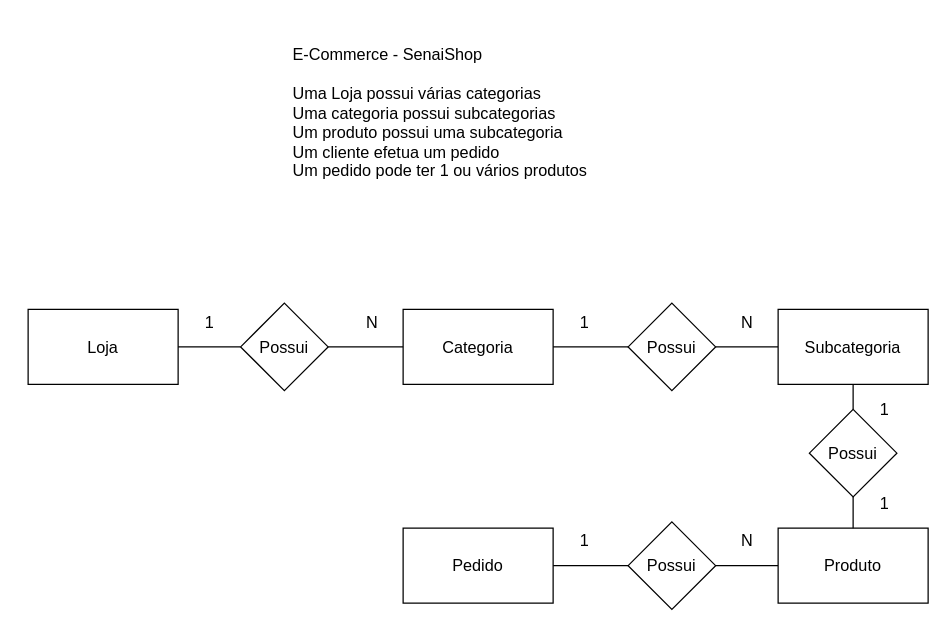
Above: Exercios-MER/1.5-ecommerce/1.5-exercicio-ecommerce.drawio in MarceloAC04/Banco-de-dados (draw.io), before the change. Source tidied: cells renumbered, new cells numbered last; positions are measured from the earlier drawing's top-left corner, leaving out a move shared by most shapes. Both pictures are drawn from the tidied source at 125%, with x=0, y=0 at pixel (28, 38).
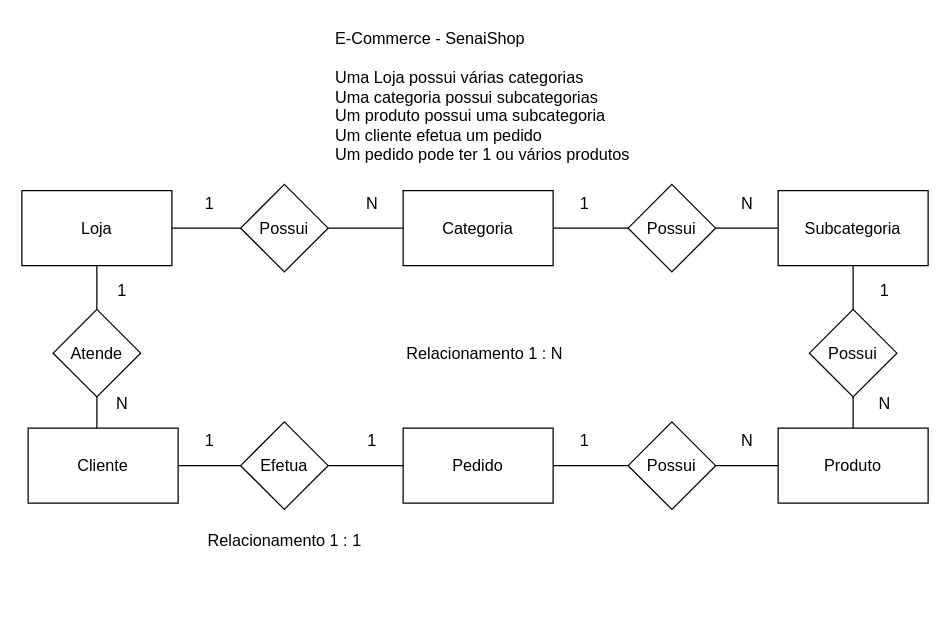
The same diagram, later.

The edit, as a diff of the source:
```diff
@@
     <mxCell id="2" value="&lt;font style=&quot;font-size: 13px;&quot;&gt;Loja&lt;/font&gt;" style="rounded=0;whiteSpace=wrap;html=1;" parent="1" vertex="1">
-      <mxGeometry y="217" width="120" height="60" as="geometry" />
+      <mxGeometry x="-5" y="122" width="120" height="60" as="geometry" />
     </mxCell>
     <mxCell id="3" value="&lt;div style=&quot;font-size: 13px;&quot;&gt;&lt;font style=&quot;font-size: 13px;&quot;&gt;E-Commerce - SenaiShop&lt;/font&gt;&lt;/div&gt;&lt;div style=&quot;font-size: 13px;&quot;&gt;&lt;font style=&quot;font-size: 13px;&quot;&gt;&lt;br&gt;&lt;/font&gt;&lt;/div&gt;&lt;div style=&quot;font-size: 13px;&quot;&gt;&lt;font style=&quot;font-size: 13px;&quot;&gt;Uma Loja possui várias categorias&lt;/font&gt;&lt;/div&gt;&lt;div style=&quot;font-size: 13px;&quot;&gt;&lt;font style=&quot;font-size: 13px;&quot;&gt;Uma categoria possui subcategorias&lt;/font&gt;&lt;/div&gt;&lt;div style=&quot;font-size: 13px;&quot;&gt;&lt;font style=&quot;font-size: 13px;&quot;&gt;Um produto possui uma subcategoria&lt;/font&gt;&lt;/div&gt;&lt;div style=&quot;font-size: 13px;&quot;&gt;&lt;font style=&quot;font-size: 13px;&quot;&gt;Um cliente efetua um pedido&lt;/font&gt;&lt;/div&gt;&lt;div style=&quot;font-size: 13px;&quot;&gt;&lt;font style=&quot;font-size: 13px;&quot;&gt;Um pedido pode ter 1 ou vários produtos&lt;/font&gt;&lt;/div&gt;" style="text;html=1;align=left;verticalAlign=middle;strokeColor=none;fillColor=none;" parent="1" vertex="1">
-      <mxGeometry x="210" width="260" height="120" as="geometry" />
+      <mxGeometry x="244" y="-13" width="260" height="120" as="geometry" />
     </mxCell>
     <mxCell id="4" value="&lt;font style=&quot;font-size: 13px;&quot;&gt;Categoria&lt;/font&gt;" style="rounded=0;whiteSpace=wrap;html=1;" parent="1" vertex="1">
-      <mxGeometry x="300" y="217" width="120" height="60" as="geometry" />
+      <mxGeometry x="300" y="122" width="120" height="60" as="geometry" />
     </mxCell>
@@
     <mxCell id="6" value="&lt;font style=&quot;font-size: 13px;&quot;&gt;Subcategoria&lt;/font&gt;" style="rounded=0;whiteSpace=wrap;html=1;" parent="1" vertex="1">
-      <mxGeometry x="600" y="217" width="120" height="60" as="geometry" />
+      <mxGeometry x="600" y="122" width="120" height="60" as="geometry" />
     </mxCell>
@@
     <mxCell id="8" value="&lt;font style=&quot;font-size: 13px;&quot;&gt;Produto&lt;/font&gt;" style="rounded=0;whiteSpace=wrap;html=1;" parent="1" vertex="1">
-      <mxGeometry x="600" y="392" width="120" height="60" as="geometry" />
+      <mxGeometry x="600" y="312" width="120" height="60" as="geometry" />
     </mxCell>
     <mxCell id="9" value="&lt;font style=&quot;font-size: 13px;&quot;&gt;Pedido&lt;/font&gt;" style="rounded=0;whiteSpace=wrap;html=1;" parent="1" vertex="1">
-      <mxGeometry x="300" y="392" width="120" height="60" as="geometry" />
+      <mxGeometry x="300" y="312" width="120" height="60" as="geometry" />
     </mxCell>
@@
     <mxCell id="12" value="&lt;font style=&quot;font-size: 13px;&quot;&gt;Possui&lt;/font&gt;" style="rhombus;whiteSpace=wrap;html=1;" parent="1" vertex="1">
-      <mxGeometry x="170" y="212" width="70" height="70" as="geometry" />
+      <mxGeometry x="170" y="117" width="70" height="70" as="geometry" />
     </mxCell>
@@
     <mxCell id="14" value="&lt;font style=&quot;font-size: 13px;&quot;&gt;Possui&lt;/font&gt;" style="rhombus;whiteSpace=wrap;html=1;" parent="1" vertex="1">
-      <mxGeometry x="480" y="212" width="70" height="70" as="geometry" />
+      <mxGeometry x="480" y="117" width="70" height="70" as="geometry" />
     </mxCell>
@@
     <mxCell id="16" value="&lt;font style=&quot;font-size: 13px;&quot;&gt;Possui&lt;/font&gt;" style="rhombus;whiteSpace=wrap;html=1;" parent="1" vertex="1">
-      <mxGeometry x="480" y="387" width="70" height="70" as="geometry" />
+      <mxGeometry x="480" y="307" width="70" height="70" as="geometry" />
     </mxCell>
@@
-    <mxCell id="18" style="edgeStyle=orthogonalEdgeStyle;rounded=0;jettySize=auto;html=1;exitX=0.5;exitY=1;exitDx=0;exitDy=0;entryX=0.5;entryY=0;entryDx=0;entryDy=0;endArrow=none;endFill=0;" parent="1" edge="1" source="19" target="8">
-      <mxGeometry relative="1" as="geometry" />
+    <mxCell id="18" style="edgeStyle=orthogonalEdgeStyle;rounded=0;jettySize=auto;html=1;exitX=0.5;exitY=1;exitDx=0;exitDy=0;entryX=0.5;entryY=0;entryDx=0;entryDy=0;endArrow=none;endFill=0;" parent="1" edge="1" target="8">
+      <mxGeometry relative="1" as="geometry">
+        <mxPoint x="660" y="287" as="sourcePoint" />
+      </mxGeometry>
     </mxCell>
     <mxCell id="19" value="&lt;font style=&quot;font-size: 13px;&quot;&gt;Possui&lt;/font&gt;" style="rhombus;whiteSpace=wrap;html=1;" parent="1" vertex="1">
-      <mxGeometry x="625" y="297" width="70" height="70" as="geometry" />
+      <mxGeometry x="625" y="217" width="70" height="70" as="geometry" />
     </mxCell>
     <mxCell id="20" value="&lt;font style=&quot;font-size: 13px;&quot;&gt;1&lt;/font&gt;" style="text;html=1;align=center;verticalAlign=middle;strokeColor=none;fillColor=none;" parent="1" vertex="1">
-      <mxGeometry x="430" y="387" width="30" height="30" as="geometry" />
+      <mxGeometry x="430" y="307" width="30" height="30" as="geometry" />
     </mxCell>
     <mxCell id="21" value="&lt;span style=&quot;font-size: 13px;&quot;&gt;N&lt;/span&gt;" style="text;html=1;align=center;verticalAlign=middle;strokeColor=none;fillColor=none;" parent="1" vertex="1">
-      <mxGeometry x="560" y="387" width="30" height="30" as="geometry" />
+      <mxGeometry x="560" y="307" width="30" height="30" as="geometry" />
     </mxCell>
     <mxCell id="22" value="&lt;font style=&quot;font-size: 13px;&quot;&gt;1&lt;/font&gt;" style="text;html=1;align=center;verticalAlign=middle;strokeColor=none;fillColor=none;" parent="1" vertex="1">
-      <mxGeometry x="670" y="357" width="30" height="30" as="geometry" />
+      <mxGeometry x="670" y="187" width="30" height="30" as="geometry" />
     </mxCell>
     <mxCell id="23" value="&lt;span style=&quot;font-size: 13px;&quot;&gt;N&lt;/span&gt;" style="text;html=1;align=center;verticalAlign=middle;strokeColor=none;fillColor=none;" parent="1" vertex="1">
-      <mxGeometry x="260" y="212" width="30" height="30" as="geometry" />
+      <mxGeometry x="260" y="117" width="30" height="30" as="geometry" />
     </mxCell>
     <mxCell id="24" value="&lt;font style=&quot;font-size: 13px;&quot;&gt;1&lt;/font&gt;" style="text;html=1;align=center;verticalAlign=middle;strokeColor=none;fillColor=none;" parent="1" vertex="1">
-      <mxGeometry x="130" y="212" width="30" height="30" as="geometry" />
+      <mxGeometry x="130" y="117" width="30" height="30" as="geometry" />
     </mxCell>
     <mxCell id="25" value="&lt;font style=&quot;font-size: 13px;&quot;&gt;1&lt;/font&gt;" style="text;html=1;align=center;verticalAlign=middle;strokeColor=none;fillColor=none;" parent="1" vertex="1">
-      <mxGeometry x="430" y="212" width="30" height="30" as="geometry" />
+      <mxGeometry x="430" y="117" width="30" height="30" as="geometry" />
     </mxCell>
     <mxCell id="26" value="&lt;span style=&quot;font-size: 13px;&quot;&gt;N&lt;/span&gt;" style="text;html=1;align=center;verticalAlign=middle;strokeColor=none;fillColor=none;" parent="1" vertex="1">
-      <mxGeometry x="560" y="212" width="30" height="30" as="geometry" />
+      <mxGeometry x="560" y="117" width="30" height="30" as="geometry" />
     </mxCell>
-    <mxCell id="27" value="&lt;font style=&quot;font-size: 13px;&quot;&gt;1&lt;/font&gt;" style="text;html=1;align=center;verticalAlign=middle;strokeColor=none;fillColor=none;" parent="1" vertex="1">
-      <mxGeometry x="670" y="282" width="30" height="30" as="geometry" />
+    <mxCell id="27" value="&lt;span style=&quot;font-size: 13px;&quot;&gt;N&lt;/span&gt;" style="text;html=1;align=center;verticalAlign=middle;strokeColor=none;fillColor=none;" parent="1" vertex="1">
+      <mxGeometry x="670" y="277" width="30" height="30" as="geometry" />
     </mxCell>
+    <mxCell id="28" value="&lt;span style=&quot;font-size: 13px;&quot;&gt;Cliente&lt;/span&gt;" style="rounded=0;whiteSpace=wrap;html=1;" parent="1" vertex="1">
+      <mxGeometry y="312" width="120" height="60" as="geometry" />
+    </mxCell>
+    <mxCell id="29" style="edgeStyle=orthogonalEdgeStyle;rounded=0;jettySize=auto;html=1;entryX=0;entryY=0.5;entryDx=0;entryDy=0;endArrow=none;endFill=0;" parent="1" edge="1" source="31" target="9">
+      <mxGeometry relative="1" as="geometry" />
+    </mxCell>
+    <mxCell id="30" style="edgeStyle=orthogonalEdgeStyle;rounded=0;jettySize=auto;html=1;entryX=1;entryY=0.5;entryDx=0;entryDy=0;endArrow=none;endFill=0;" parent="1" edge="1" source="31" target="28">
+      <mxGeometry relative="1" as="geometry" />
+    </mxCell>
+    <mxCell id="31" value="&lt;span style=&quot;font-size: 13px;&quot;&gt;Efetua&lt;/span&gt;" style="rhombus;whiteSpace=wrap;html=1;" parent="1" vertex="1">
+      <mxGeometry x="170" y="307" width="70" height="70" as="geometry" />
+    </mxCell>
+    <mxCell id="32" value="&lt;font style=&quot;font-size: 13px;&quot;&gt;1&lt;/font&gt;" style="text;html=1;align=center;verticalAlign=middle;strokeColor=none;fillColor=none;" parent="1" vertex="1">
+      <mxGeometry x="130" y="307" width="30" height="30" as="geometry" />
+    </mxCell>
+    <mxCell id="33" value="&lt;span style=&quot;font-size: 13px;&quot;&gt;1&lt;/span&gt;" style="text;html=1;align=center;verticalAlign=middle;strokeColor=none;fillColor=none;" parent="1" vertex="1">
+      <mxGeometry x="260" y="307" width="30" height="30" as="geometry" />
+    </mxCell>
+    <mxCell id="34" value="&lt;font style=&quot;font-size: 13px;&quot;&gt;Relacionamento 1 : N&lt;/font&gt;" style="text;html=1;align=center;verticalAlign=middle;strokeColor=none;fillColor=none;" parent="1" vertex="1">
+      <mxGeometry x="290" y="237" width="150" height="30" as="geometry" />
+    </mxCell>
+    <mxCell id="35" value="&lt;font style=&quot;font-size: 13px;&quot;&gt;Relacionamento 1 : 1&lt;/font&gt;" style="text;html=1;align=center;verticalAlign=middle;strokeColor=none;fillColor=none;" parent="1" vertex="1">
+      <mxGeometry x="130" y="387" width="150" height="30" as="geometry" />
+    </mxCell>
+    <mxCell id="36" style="edgeStyle=orthogonalEdgeStyle;rounded=0;orthogonalLoop=1;jettySize=auto;html=1;endArrow=none;endFill=0;" parent="1" edge="1">
+      <mxGeometry relative="1" as="geometry">
+        <mxPoint x="55" y="287" as="sourcePoint" />
+        <mxPoint x="55" y="312" as="targetPoint" />
+      </mxGeometry>
+    </mxCell>
+    <mxCell id="37" style="edgeStyle=orthogonalEdgeStyle;rounded=0;jettySize=auto;html=1;entryX=0.5;entryY=1;entryDx=0;entryDy=0;endArrow=none;endFill=0;" parent="1" edge="1" source="38" target="2">
+      <mxGeometry relative="1" as="geometry" />
+    </mxCell>
+    <mxCell id="38" value="&lt;span style=&quot;font-size: 13px;&quot;&gt;Atende&lt;/span&gt;" style="rhombus;whiteSpace=wrap;html=1;" parent="1" vertex="1">
+      <mxGeometry x="20" y="217" width="70" height="70" as="geometry" />
+    </mxCell>
+    <mxCell id="39" value="&lt;font style=&quot;font-size: 13px;&quot;&gt;1&lt;/font&gt;" style="text;html=1;align=center;verticalAlign=middle;strokeColor=none;fillColor=none;" parent="1" vertex="1">
+      <mxGeometry x="60" y="187" width="30" height="30" as="geometry" />
+    </mxCell>
+    <mxCell id="40" value="&lt;span style=&quot;font-size: 13px;&quot;&gt;N&lt;/span&gt;" style="text;html=1;align=center;verticalAlign=middle;strokeColor=none;fillColor=none;" parent="1" vertex="1">
+      <mxGeometry x="60" y="277" width="30" height="30" as="geometry" />
+    </mxCell>
```
